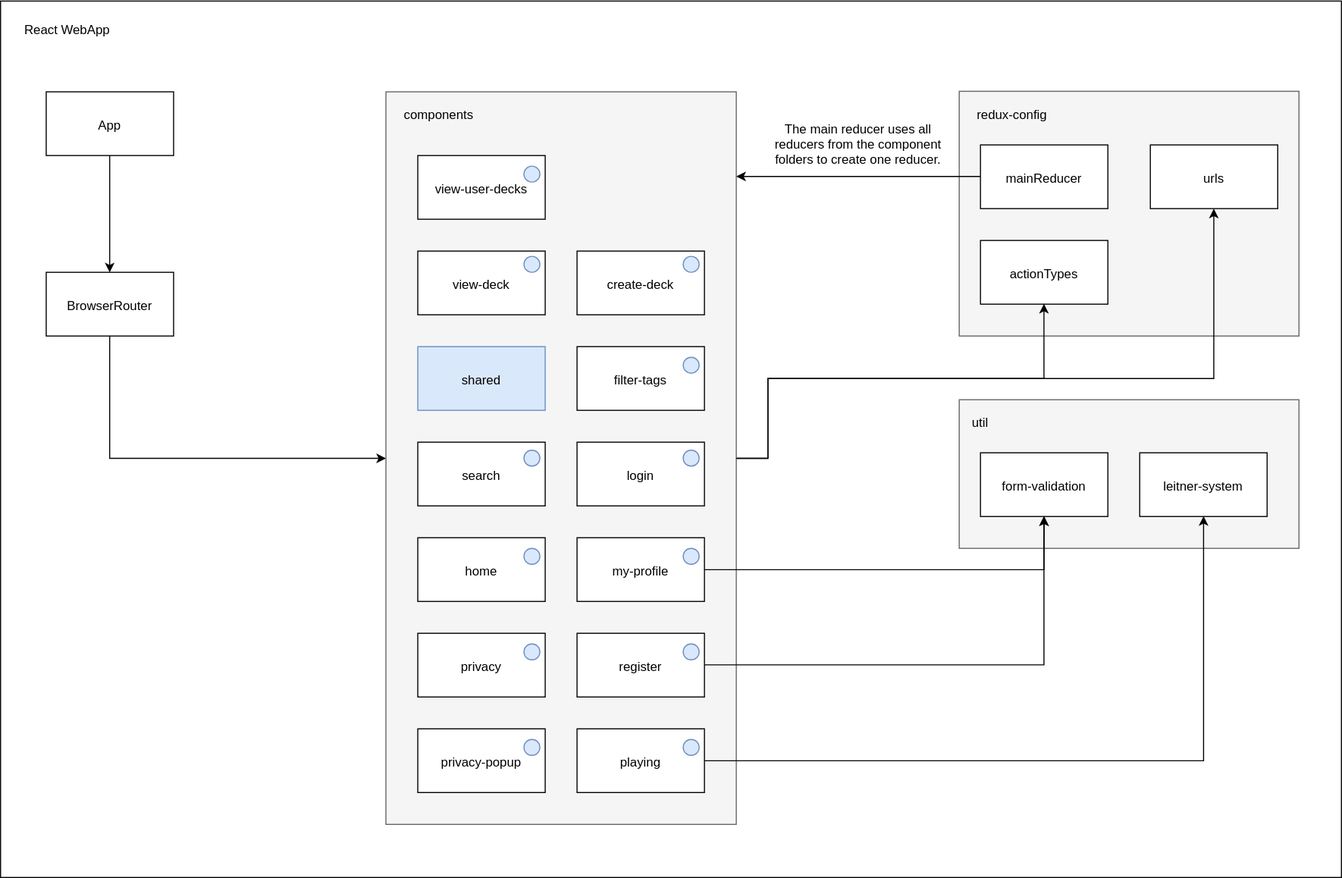
Before: Documentatie/C4 model - React Native App Component.svg, a diagram exported from draw.io (JorisNijkamp1/Apprend). Source tidied: cells renumbered, new cells last; positions are measured from the earlier drawing's top-left corner, leaving out a move shared by most shapes.
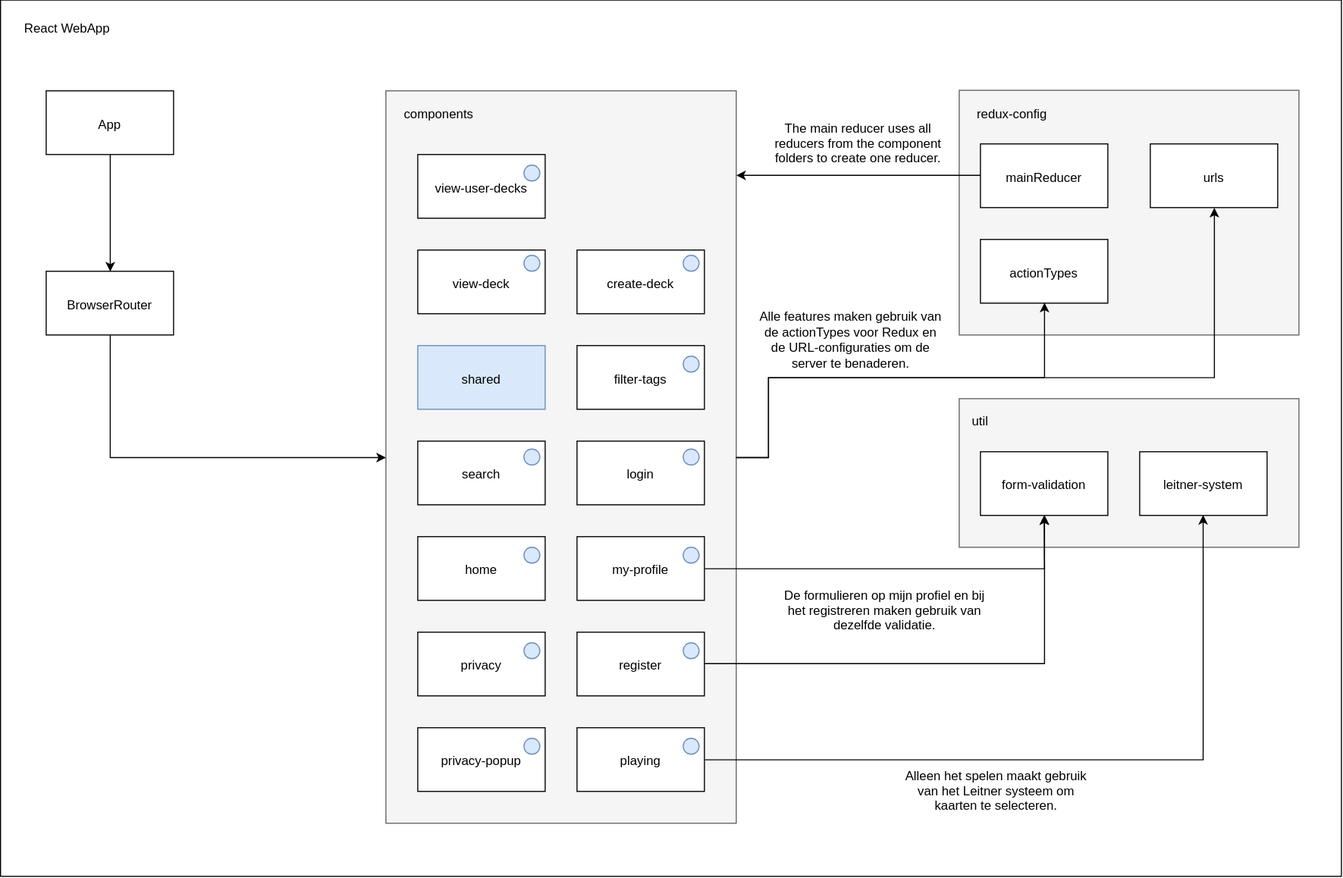
The same file after the commit.

What changed in the source:
```diff
@@ -168,5 +168,14 @@
     <mxCell id="50" style="ellipse;whiteSpace=wrap;html=1;fillColor=#dae8fc;strokeColor=#6c8ebf;" parent="1" vertex="1">
       <mxGeometry x="643" y="696" width="15" height="15" as="geometry" />
     </mxCell>
+    <mxCell id="51" value="Alle features maken gebruik van de actionTypes voor Redux en de URL-configuraties om de server te benaderen." style="text;html=1;strokeColor=none;fillColor=none;align=center;verticalAlign=middle;whiteSpace=wrap;rounded=0;" parent="1" vertex="1">
+      <mxGeometry x="713" y="306" width="176.2" height="30" as="geometry" />
+    </mxCell>
+    <mxCell id="52" value="De formulieren op mijn profiel en bij het registreren maken gebruik van dezelfde validatie." style="text;html=1;strokeColor=none;fillColor=none;align=center;verticalAlign=middle;whiteSpace=wrap;rounded=0;" parent="1" vertex="1">
+      <mxGeometry x="733" y="566" width="200" height="20" as="geometry" />
+    </mxCell>
+    <mxCell id="53" value="Alleen het spelen maakt gebruik van het Leitner systeem om kaarten te selecteren." style="text;html=1;strokeColor=none;fillColor=none;align=center;verticalAlign=middle;whiteSpace=wrap;rounded=0;" parent="1" vertex="1">
+      <mxGeometry x="843" y="736" width="190" height="20" as="geometry" />
+    </mxCell>
   </root>
 </mxGraphModel>
```
